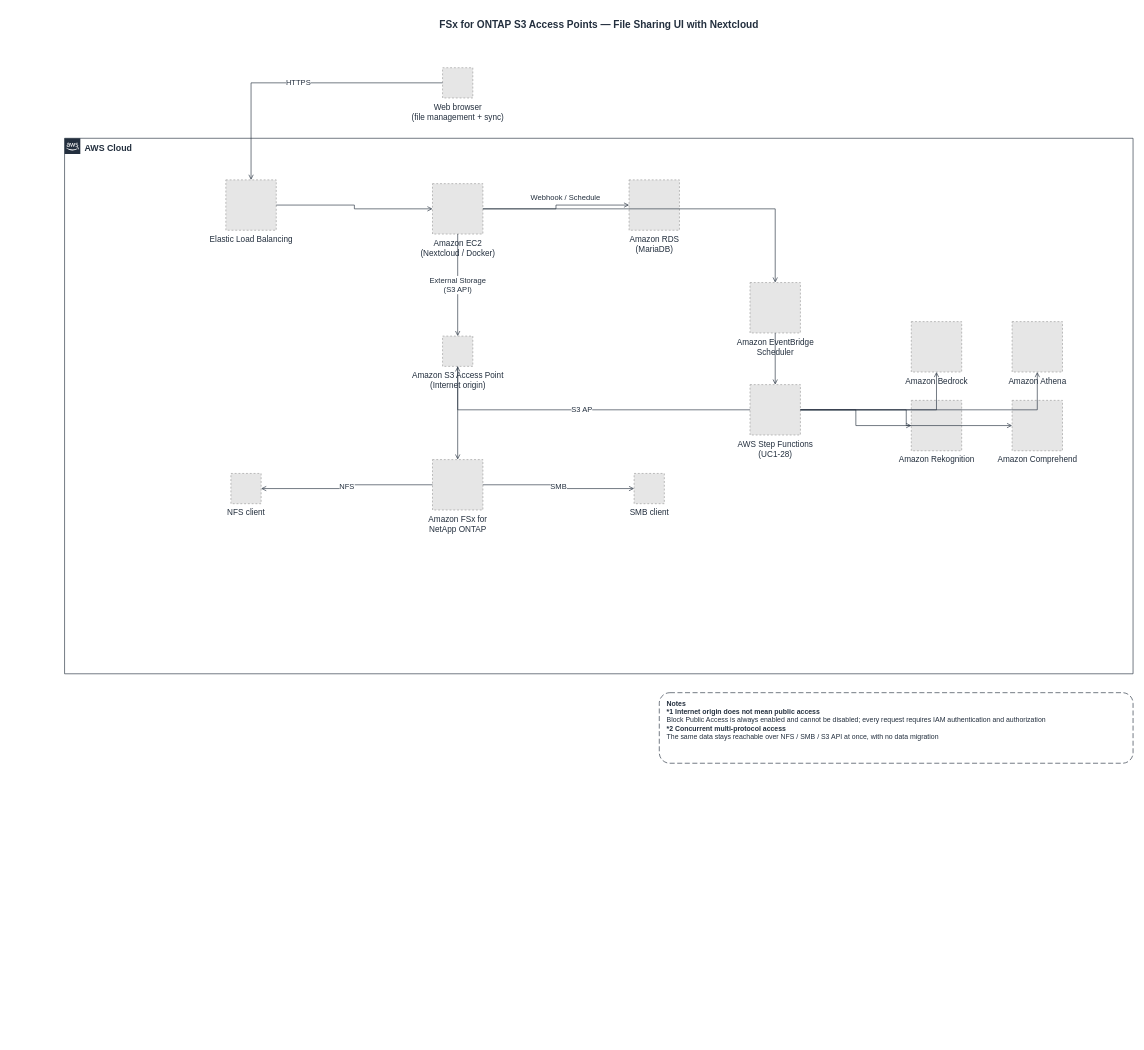
This is docs/diagrams/nextcloud-external-storage-en.drawio from Yoshiki0705/FSx-for-ONTAP-S3AccessPoints-Serverless-Patterns, a draw.io file, before an edit. Source tidied: cells renumbered, new cells numbered last; positions are measured from the earlier drawing's top-left corner, leaving out a move shared by most shapes. Both pictures are drawn from the tidied source at 63%, with x=0, y=0 at pixel (64, 11). Pictures stored in the file or linked from it are replaced by grey dashed boxes.
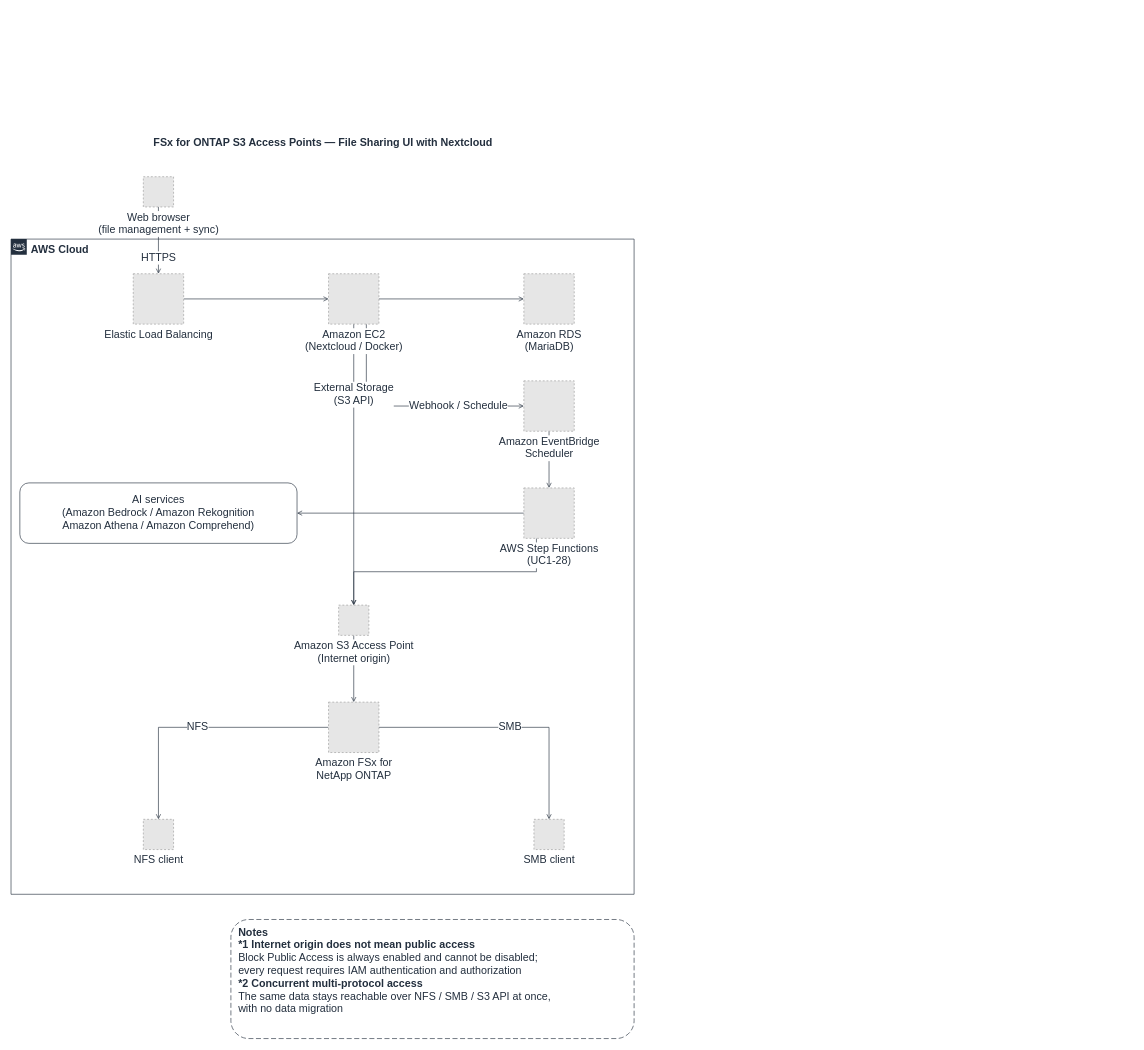
The same diagram, later.

The edit, as a diff of the source:
```diff
@@
+    <mxCell id="31" value="FSx for ONTAP S3 Access Points — File Sharing UI with Nextcloud" style="text;html=1;align=center;verticalAlign=middle;fontSize=17;fontStyle=1;fontColor=#232F3E;" parent="1" vertex="1">
+      <mxGeometry x="-85" y="193" width="989" height="34" as="geometry" />
+    </mxCell>
-    <mxCell id="2" value="AWS Cloud" style="gradientColor=none;html=1;whiteSpace=wrap;fontSize=14;fontStyle=1;shape=mxgraph.aws4.group;grIcon=mxgraph.aws4.group_aws_cloud_alt;strokeColor=#232F3E;fillColor=none;verticalAlign=top;align=left;spacingLeft=30;fontColor=#232F3E;dashed=0;" parent="1" vertex="1">
-      <mxGeometry y="202" width="1696" height="850" as="geometry" />
+    <mxCell id="2" value="AWS Cloud" style="gradientColor=none;html=1;whiteSpace=wrap;fontSize=17;fontStyle=1;shape=mxgraph.aws4.group;grIcon=mxgraph.aws4.group_aws_cloud_alt;strokeColor=#232F3E;fillColor=none;verticalAlign=top;align=left;spacingLeft=30;fontColor=#232F3E;dashed=0;" parent="1" vertex="1">
+      <mxGeometry x="-85" y="362" width="989" height="1040" as="geometry" />
     </mxCell>
-    <mxCell id="3" value="Web browser&#10;(file management + sync)" style="fillColor=#E6E6E6;strokeColor=#999999;dashed=1;html=1;verticalLabelPosition=bottom;verticalAlign=top;labelPosition=center;align=center;fontSize=13;fontColor=#232F3E;" parent="1" vertex="1">
-      <mxGeometry x="600" y="90" width="48" height="48" as="geometry" />
-    </mxCell>
-    <mxCell id="4" value="Amazon EC2&#10;(Nextcloud / Docker)" style="fillColor=#E6E6E6;strokeColor=#999999;dashed=1;html=1;verticalLabelPosition=bottom;verticalAlign=top;labelPosition=center;align=center;fontSize=13;fontColor=#232F3E;" parent="1" vertex="1">
-      <mxGeometry x="584" y="274" width="80" height="80" as="geometry" />
-    </mxCell>
-    <mxCell id="5" value="Elastic Load Balancing" style="fillColor=#E6E6E6;strokeColor=#999999;dashed=1;html=1;verticalLabelPosition=bottom;verticalAlign=top;labelPosition=center;align=center;fontSize=13;fontColor=#232F3E;" parent="1" vertex="1">
-      <mxGeometry x="256" y="268" width="80" height="80" as="geometry" />
-    </mxCell>
-    <mxCell id="6" value="Amazon RDS&#10;(MariaDB)" style="fillColor=#E6E6E6;strokeColor=#999999;dashed=1;html=1;verticalLabelPosition=bottom;verticalAlign=top;labelPosition=center;align=center;fontSize=13;fontColor=#232F3E;" parent="1" vertex="1">
-      <mxGeometry x="896" y="268" width="80" height="80" as="geometry" />
-    </mxCell>
-    <mxCell id="7" value="Amazon S3 Access Point&#10;(Internet origin)" style="fillColor=#E6E6E6;strokeColor=#999999;dashed=1;html=1;verticalLabelPosition=bottom;verticalAlign=top;labelPosition=center;align=center;fontSize=13;fontColor=#232F3E;" parent="1" vertex="1">
-      <mxGeometry x="600" y="516" width="48" height="48" as="geometry" />
-    </mxCell>
-    <mxCell id="8" value="Amazon FSx for&#10;NetApp ONTAP" style="fillColor=#E6E6E6;strokeColor=#999999;dashed=1;html=1;verticalLabelPosition=bottom;verticalAlign=top;labelPosition=center;align=center;fontSize=13;fontColor=#232F3E;" parent="1" vertex="1">
-      <mxGeometry x="584" y="712" width="80" height="80" as="geometry" />
-    </mxCell>
-    <mxCell id="9" value="Amazon EventBridge&#10;Scheduler" style="fillColor=#E6E6E6;strokeColor=#999999;dashed=1;html=1;verticalLabelPosition=bottom;verticalAlign=top;labelPosition=center;align=center;fontSize=13;fontColor=#232F3E;" parent="1" vertex="1">
-      <mxGeometry x="1088" y="431" width="80" height="80" as="geometry" />
-    </mxCell>
-    <mxCell id="10" value="AWS Step Functions&#10;(UC1-28)" style="fillColor=#E6E6E6;strokeColor=#999999;dashed=1;html=1;verticalLabelPosition=bottom;verticalAlign=top;labelPosition=center;align=center;fontSize=13;fontColor=#232F3E;" parent="1" vertex="1">
-      <mxGeometry x="1088" y="593" width="80" height="80" as="geometry" />
-    </mxCell>
-    <mxCell id="11" value="Amazon Bedrock" style="fillColor=#E6E6E6;strokeColor=#999999;dashed=1;html=1;verticalLabelPosition=bottom;verticalAlign=top;labelPosition=center;align=center;fontSize=13;fontColor=#232F3E;" parent="1" vertex="1">
-      <mxGeometry x="1344" y="493" width="80" height="80" as="geometry" />
-    </mxCell>
-    <mxCell id="12" value="Amazon Rekognition" style="fillColor=#E6E6E6;strokeColor=#999999;dashed=1;html=1;verticalLabelPosition=bottom;verticalAlign=top;labelPosition=center;align=center;fontSize=13;fontColor=#232F3E;" parent="1" vertex="1">
-      <mxGeometry x="1344" y="618" width="80" height="80" as="geometry" />
-    </mxCell>
-    <mxCell id="13" value="Amazon Athena" style="fillColor=#E6E6E6;strokeColor=#999999;dashed=1;html=1;verticalLabelPosition=bottom;verticalAlign=top;labelPosition=center;align=center;fontSize=13;fontColor=#232F3E;" parent="1" vertex="1">
-      <mxGeometry x="1504" y="493" width="80" height="80" as="geometry" />
-    </mxCell>
-    <mxCell id="14" value="Amazon Comprehend" style="fillColor=#E6E6E6;strokeColor=#999999;dashed=1;html=1;verticalLabelPosition=bottom;verticalAlign=top;labelPosition=center;align=center;fontSize=13;fontColor=#232F3E;" parent="1" vertex="1">
-      <mxGeometry x="1504" y="618" width="80" height="80" as="geometry" />
-    </mxCell>
-    <mxCell id="15" value="NFS client" style="fillColor=#E6E6E6;strokeColor=#999999;dashed=1;html=1;verticalLabelPosition=bottom;verticalAlign=top;labelPosition=center;align=center;fontSize=13;fontColor=#232F3E;" parent="1" vertex="1">
-      <mxGeometry x="264" y="734" width="48" height="48" as="geometry" />
-    </mxCell>
-    <mxCell id="16" value="SMB client" style="fillColor=#E6E6E6;strokeColor=#999999;dashed=1;html=1;verticalLabelPosition=bottom;verticalAlign=top;labelPosition=center;align=center;fontSize=13;fontColor=#232F3E;" parent="1" vertex="1">
-      <mxGeometry x="904" y="734" width="48" height="48" as="geometry" />
-    </mxCell>
+    <mxCell id="33" value="HTTPS" style="edgeStyle=orthogonalEdgeStyle;rounded=0;jettySize=auto;html=1;endArrow=open;endFill=0;strokeColor=#232F3E;strokeWidth=1;fontSize=17;fontColor=#232F3E;labelBackgroundColor=#ffffff;" parent="1" edge="1" source="3" target="5">
+      <mxGeometry relative="1" as="geometry">
+        <mxPoint y="28" as="offset" />
+      </mxGeometry>
+    </mxCell>
-    <mxCell id="17" value="HTTPS" style="edgeStyle=orthogonalEdgeStyle;rounded=0;jettySize=auto;html=1;endArrow=open;endFill=0;strokeColor=#232F3E;strokeWidth=1;fontSize=12;fontColor=#232F3E;labelBackgroundColor=#ffffff;" parent="1" edge="1" source="3" target="5">
+    <mxCell id="17" style="edgeStyle=orthogonalEdgeStyle;rounded=0;jettySize=auto;html=1;endArrow=open;endFill=0;strokeColor=#232F3E;strokeWidth=1;fontSize=17;fontColor=#232F3E;labelBackgroundColor=#ffffff;" parent="1" edge="1" source="5" target="4">
       <mxGeometry relative="1" as="geometry" />
     </mxCell>
-    <mxCell id="18" style="edgeStyle=orthogonalEdgeStyle;rounded=0;jettySize=auto;html=1;endArrow=open;endFill=0;strokeColor=#232F3E;strokeWidth=1;fontSize=12;fontColor=#232F3E;labelBackgroundColor=#ffffff;" parent="1" edge="1" source="5" target="4">
-      <mxGeometry relative="1" as="geometry" />
-    </mxCell>
-    <mxCell id="19" value="External Storage&#10;(S3 API)" style="edgeStyle=orthogonalEdgeStyle;rounded=0;jettySize=auto;html=1;endArrow=open;endFill=0;strokeColor=#232F3E;strokeWidth=1;fontSize=12;fontColor=#232F3E;labelBackgroundColor=#ffffff;" parent="1" edge="1" source="4" target="7">
+    <mxCell id="19" style="edgeStyle=orthogonalEdgeStyle;rounded=0;jettySize=auto;html=1;endArrow=open;endFill=0;strokeColor=#232F3E;strokeWidth=1;fontSize=17;fontColor=#232F3E;labelBackgroundColor=#ffffff;" parent="1" edge="1" source="4" target="6">
       <mxGeometry relative="1" as="geometry" />
     </mxCell>
-    <mxCell id="20" style="edgeStyle=orthogonalEdgeStyle;rounded=0;jettySize=auto;html=1;endArrow=open;endFill=0;strokeColor=#232F3E;strokeWidth=1;fontSize=12;fontColor=#232F3E;labelBackgroundColor=#ffffff;" parent="1" edge="1" source="7" target="8">
-      <mxGeometry relative="1" as="geometry" />
+    <mxCell id="20" value="Webhook / Schedule" style="edgeStyle=orthogonalEdgeStyle;rounded=0;jettySize=auto;html=1;endArrow=open;endFill=0;strokeColor=#232F3E;strokeWidth=1;fontSize=17;fontColor=#232F3E;labelBackgroundColor=#ffffff;exitX=0.75;exitY=1;exitDx=0;exitDy=0;entryX=0;entryY=0.5;entryDx=0;entryDy=0;" parent="1" edge="1" source="4" target="9">
+      <mxGeometry x="0.45" relative="1" as="geometry" />
     </mxCell>
-    <mxCell id="21" value="NFS" style="edgeStyle=orthogonalEdgeStyle;rounded=0;jettySize=auto;html=1;endArrow=open;endFill=0;strokeColor=#232F3E;strokeWidth=1;fontSize=12;fontColor=#232F3E;labelBackgroundColor=#ffffff;" parent="1" edge="1" source="8" target="15">
+    <mxCell id="21" style="edgeStyle=orthogonalEdgeStyle;rounded=0;jettySize=auto;html=1;endArrow=open;endFill=0;strokeColor=#232F3E;strokeWidth=1;fontSize=17;fontColor=#232F3E;labelBackgroundColor=#ffffff;" parent="1" edge="1" source="9" target="10">
       <mxGeometry relative="1" as="geometry" />
     </mxCell>
-    <mxCell id="22" value="SMB" style="edgeStyle=orthogonalEdgeStyle;rounded=0;jettySize=auto;html=1;endArrow=open;endFill=0;strokeColor=#232F3E;strokeWidth=1;fontSize=12;fontColor=#232F3E;labelBackgroundColor=#ffffff;" parent="1" edge="1" source="8" target="16">
+    <mxCell id="22" style="edgeStyle=orthogonalEdgeStyle;rounded=0;jettySize=auto;html=1;endArrow=open;endFill=0;strokeColor=#232F3E;strokeWidth=1;fontSize=17;fontColor=#232F3E;labelBackgroundColor=#ffffff;" parent="1" edge="1" source="10" target="34">
       <mxGeometry relative="1" as="geometry" />
     </mxCell>
-    <mxCell id="23" style="edgeStyle=orthogonalEdgeStyle;rounded=0;jettySize=auto;html=1;endArrow=open;endFill=0;strokeColor=#232F3E;strokeWidth=1;fontSize=12;fontColor=#232F3E;labelBackgroundColor=#ffffff;" parent="1" edge="1" source="4" target="6">
+    <mxCell id="23" style="edgeStyle=orthogonalEdgeStyle;rounded=0;jettySize=auto;html=1;endArrow=open;endFill=0;strokeColor=#232F3E;strokeWidth=1;fontSize=17;fontColor=#232F3E;labelBackgroundColor=#ffffff;exitX=0.25;exitY=1;exitDx=0;exitDy=0;" parent="1" edge="1" source="10" target="7">
       <mxGeometry relative="1" as="geometry" />
     </mxCell>
-    <mxCell id="24" value="Webhook / Schedule" style="edgeStyle=orthogonalEdgeStyle;rounded=0;jettySize=auto;html=1;endArrow=open;endFill=0;strokeColor=#232F3E;strokeWidth=1;fontSize=12;fontColor=#232F3E;labelBackgroundColor=#ffffff;" parent="1" edge="1" source="4" target="9">
-      <mxGeometry x="-0.55" relative="1" as="geometry">
-        <mxPoint y="-18" as="offset" />
-      </mxGeometry>
+    <mxCell id="24" value="External Storage&lt;br&gt;(S3 API)" style="edgeStyle=orthogonalEdgeStyle;rounded=0;jettySize=auto;html=1;endArrow=open;endFill=0;strokeColor=#232F3E;strokeWidth=1;fontSize=17;fontColor=#232F3E;labelBackgroundColor=#ffffff;" parent="1" edge="1" source="4" target="7">
+      <mxGeometry x="-0.5" relative="1" as="geometry" />
     </mxCell>
-    <mxCell id="25" style="edgeStyle=orthogonalEdgeStyle;rounded=0;jettySize=auto;html=1;endArrow=open;endFill=0;strokeColor=#232F3E;strokeWidth=1;fontSize=12;fontColor=#232F3E;labelBackgroundColor=#ffffff;" parent="1" edge="1" source="9" target="10">
+    <mxCell id="25" style="edgeStyle=orthogonalEdgeStyle;rounded=0;jettySize=auto;html=1;endArrow=open;endFill=0;strokeColor=#232F3E;strokeWidth=1;fontSize=17;fontColor=#232F3E;labelBackgroundColor=#ffffff;" parent="1" edge="1" source="7" target="8">
       <mxGeometry relative="1" as="geometry" />
     </mxCell>
-    <mxCell id="26" style="edgeStyle=orthogonalEdgeStyle;rounded=0;jettySize=auto;html=1;endArrow=open;endFill=0;strokeColor=#232F3E;strokeWidth=1;fontSize=12;fontColor=#232F3E;labelBackgroundColor=#ffffff;" parent="1" edge="1" source="10" target="11">
+    <mxCell id="26" value="NFS" style="edgeStyle=orthogonalEdgeStyle;rounded=0;jettySize=auto;html=1;endArrow=open;endFill=0;strokeColor=#232F3E;strokeWidth=1;fontSize=17;fontColor=#232F3E;labelBackgroundColor=#ffffff;" parent="1" edge="1" source="8" target="15">
       <mxGeometry relative="1" as="geometry" />
     </mxCell>
-    <mxCell id="27" style="edgeStyle=orthogonalEdgeStyle;rounded=0;jettySize=auto;html=1;endArrow=open;endFill=0;strokeColor=#232F3E;strokeWidth=1;fontSize=12;fontColor=#232F3E;labelBackgroundColor=#ffffff;" parent="1" edge="1" source="10" target="12">
+    <mxCell id="27" value="SMB" style="edgeStyle=orthogonalEdgeStyle;rounded=0;jettySize=auto;html=1;endArrow=open;endFill=0;strokeColor=#232F3E;strokeWidth=1;fontSize=17;fontColor=#232F3E;labelBackgroundColor=#ffffff;" parent="1" edge="1" source="8" target="16">
       <mxGeometry relative="1" as="geometry" />
     </mxCell>
-    <mxCell id="28" style="edgeStyle=orthogonalEdgeStyle;rounded=0;jettySize=auto;html=1;endArrow=open;endFill=0;strokeColor=#232F3E;strokeWidth=1;fontSize=12;fontColor=#232F3E;labelBackgroundColor=#ffffff;" parent="1" edge="1" source="10" target="13">
-      <mxGeometry relative="1" as="geometry" />
-    </mxCell>
-    <mxCell id="29" style="edgeStyle=orthogonalEdgeStyle;rounded=0;jettySize=auto;html=1;endArrow=open;endFill=0;strokeColor=#232F3E;strokeWidth=1;fontSize=12;fontColor=#232F3E;labelBackgroundColor=#ffffff;" parent="1" edge="1" source="10" target="14">
-      <mxGeometry relative="1" as="geometry" />
-    </mxCell>
-    <mxCell id="30" value="S3 AP" style="edgeStyle=orthogonalEdgeStyle;rounded=0;jettySize=auto;html=1;endArrow=open;endFill=0;strokeColor=#232F3E;strokeWidth=1;fontSize=12;fontColor=#232F3E;labelBackgroundColor=#ffffff;" parent="1" edge="1" source="10" target="7">
-      <mxGeometry relative="1" as="geometry" />
-    </mxCell>
-    <mxCell id="31" value="FSx for ONTAP S3 Access Points — File Sharing UI with Nextcloud" style="text;html=1;align=center;verticalAlign=middle;fontSize=16;fontStyle=1;fontColor=#232F3E;" parent="1" vertex="1">
-      <mxGeometry width="1696" height="42" as="geometry" />
-    </mxCell>
+    <mxCell id="3" value="Web browser&lt;br&gt;(file management + sync)" style="fillColor=#E6E6E6;strokeColor=#999999;dashed=1;html=1;verticalLabelPosition=bottom;verticalAlign=top;labelPosition=center;align=center;fontSize=17;fontColor=#232F3E;labelBackgroundColor=#FFFFFF;" parent="1" vertex="1">
+      <mxGeometry x="125" y="263" width="48" height="48" as="geometry" />
+    </mxCell>
+    <mxCell id="6" value="Amazon RDS&lt;br&gt;(MariaDB)" style="fillColor=#E6E6E6;strokeColor=#999999;dashed=1;html=1;verticalLabelPosition=bottom;verticalAlign=top;labelPosition=center;align=center;fontSize=17;fontColor=#232F3E;labelBackgroundColor=#FFFFFF;" parent="1" vertex="1">
+      <mxGeometry x="729" y="417" width="80" height="80" as="geometry" />
+    </mxCell>
+    <mxCell id="5" value="Elastic Load Balancing" style="fillColor=#E6E6E6;strokeColor=#999999;dashed=1;html=1;verticalLabelPosition=bottom;verticalAlign=top;labelPosition=center;align=center;fontSize=17;fontColor=#232F3E;labelBackgroundColor=#FFFFFF;" parent="1" vertex="1">
+      <mxGeometry x="109" y="417" width="80" height="80" as="geometry" />
+    </mxCell>
+    <mxCell id="4" value="Amazon EC2&lt;br&gt;(Nextcloud / Docker)" style="fillColor=#E6E6E6;strokeColor=#999999;dashed=1;html=1;verticalLabelPosition=bottom;verticalAlign=top;labelPosition=center;align=center;fontSize=17;fontColor=#232F3E;labelBackgroundColor=#FFFFFF;" parent="1" vertex="1">
+      <mxGeometry x="419" y="417" width="80" height="80" as="geometry" />
+    </mxCell>
+    <mxCell id="9" value="Amazon EventBridge&lt;br&gt;Scheduler" style="fillColor=#E6E6E6;strokeColor=#999999;dashed=1;html=1;verticalLabelPosition=bottom;verticalAlign=top;labelPosition=center;align=center;fontSize=17;fontColor=#232F3E;labelBackgroundColor=#FFFFFF;" parent="1" vertex="1">
+      <mxGeometry x="729" y="587" width="80" height="80" as="geometry" />
+    </mxCell>
+    <mxCell id="34" value="AI services&lt;br&gt;(Amazon Bedrock / Amazon Rekognition&lt;br&gt;Amazon Athena / Amazon Comprehend)" style="rounded=1;whiteSpace=wrap;html=1;dashed=0;strokeColor=#232F3E;fillColor=#FFFFFF;align=center;verticalAlign=middle;fontSize=17;fontColor=#232F3E;" parent="1" vertex="1">
+      <mxGeometry x="-71" y="749" width="440" height="96" as="geometry" />
+    </mxCell>
+    <mxCell id="10" value="AWS Step Functions&lt;br&gt;(UC1-28)" style="fillColor=#E6E6E6;strokeColor=#999999;dashed=1;html=1;verticalLabelPosition=bottom;verticalAlign=top;labelPosition=center;align=center;fontSize=17;fontColor=#232F3E;labelBackgroundColor=#FFFFFF;" parent="1" vertex="1">
+      <mxGeometry x="729" y="757" width="80" height="80" as="geometry" />
+    </mxCell>
+    <mxCell id="7" value="Amazon S3 Access Point&lt;br&gt;(Internet origin)" style="fillColor=#E6E6E6;strokeColor=#999999;dashed=1;html=1;verticalLabelPosition=bottom;verticalAlign=top;labelPosition=center;align=center;fontSize=17;fontColor=#232F3E;labelBackgroundColor=#FFFFFF;" parent="1" vertex="1">
+      <mxGeometry x="435" y="943" width="48" height="48" as="geometry" />
+    </mxCell>
+    <mxCell id="8" value="Amazon FSx for&lt;br&gt;NetApp ONTAP" style="fillColor=#E6E6E6;strokeColor=#999999;dashed=1;html=1;verticalLabelPosition=bottom;verticalAlign=top;labelPosition=center;align=center;fontSize=17;fontColor=#232F3E;labelBackgroundColor=#FFFFFF;" parent="1" vertex="1">
+      <mxGeometry x="419" y="1097" width="80" height="80" as="geometry" />
+    </mxCell>
+    <mxCell id="15" value="NFS client" style="fillColor=#E6E6E6;strokeColor=#999999;dashed=1;html=1;verticalLabelPosition=bottom;verticalAlign=top;labelPosition=center;align=center;fontSize=17;fontColor=#232F3E;labelBackgroundColor=#FFFFFF;" parent="1" vertex="1">
+      <mxGeometry x="125" y="1283" width="48" height="48" as="geometry" />
+    </mxCell>
+    <mxCell id="16" value="SMB client" style="fillColor=#E6E6E6;strokeColor=#999999;dashed=1;html=1;verticalLabelPosition=bottom;verticalAlign=top;labelPosition=center;align=center;fontSize=17;fontColor=#232F3E;labelBackgroundColor=#FFFFFF;" parent="1" vertex="1">
+      <mxGeometry x="745" y="1283" width="48" height="48" as="geometry" />
+    </mxCell>
-    <mxCell id="32" value="&lt;b&gt;Notes&lt;/b&gt;&lt;br&gt;&lt;b&gt;*1 Internet origin does not mean public access&lt;/b&gt;&lt;br&gt;Block Public Access is always enabled and cannot be disabled; every request requires IAM authentication and authorization&lt;br&gt;&lt;b&gt;*2 Concurrent multi-protocol access&lt;/b&gt;&lt;br&gt;The same data stays reachable over NFS / SMB / S3 API at once, with no data migration" style="rounded=1;whiteSpace=wrap;html=1;dashed=1;dashPattern=8 4;strokeColor=#232F3E;fillColor=#FFFFFF;align=left;verticalAlign=top;spacingLeft=10;spacingTop=4;fontSize=11;fontColor=#232F3E;" parent="1" vertex="1">
-      <mxGeometry x="944" y="1082" width="752" height="112" as="geometry" />
+    <mxCell id="32" value="&lt;b&gt;Notes&lt;/b&gt;&lt;br&gt;&lt;b&gt;*1 Internet origin does not mean public access&lt;/b&gt;&lt;br&gt;Block Public Access is always enabled and cannot be disabled;&lt;br&gt;every request requires IAM authentication and authorization&lt;br&gt;&lt;b&gt;*2 Concurrent multi-protocol access&lt;/b&gt;&lt;br&gt;The same data stays reachable over NFS / SMB / S3 API at once,&lt;br&gt;with no data migration" style="rounded=1;whiteSpace=wrap;html=1;dashed=1;dashPattern=8 4;strokeColor=#232F3E;fillColor=#FFFFFF;align=left;verticalAlign=top;spacingLeft=10;spacingTop=4;fontSize=17;fontColor=#232F3E;" parent="1" vertex="1">
+      <mxGeometry x="264" y="1442" width="640" height="189" as="geometry" />
     </mxCell>
```
